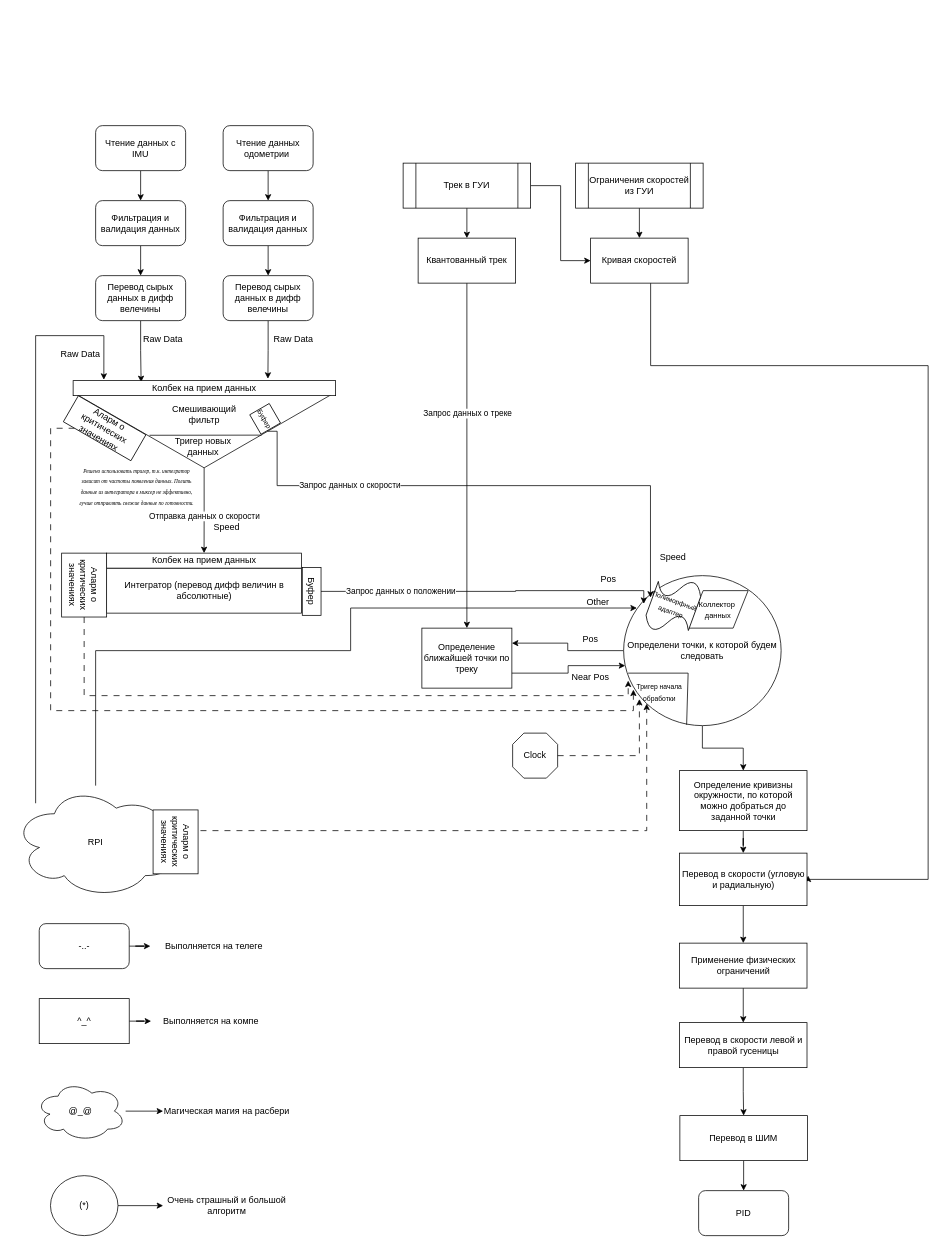
Before: docs/Autopilot.drawio in SmirnovAleksandrS/Telega_controller, a draw.io diagram. Source tidied: cells renumbered, new cells numbered last; positions are measured from the earlier drawing's top-left corner, leaving out a move shared by most shapes. Both pictures are drawn from the tidied source at 75%, with x=0, y=0 at pixel (13, 125).
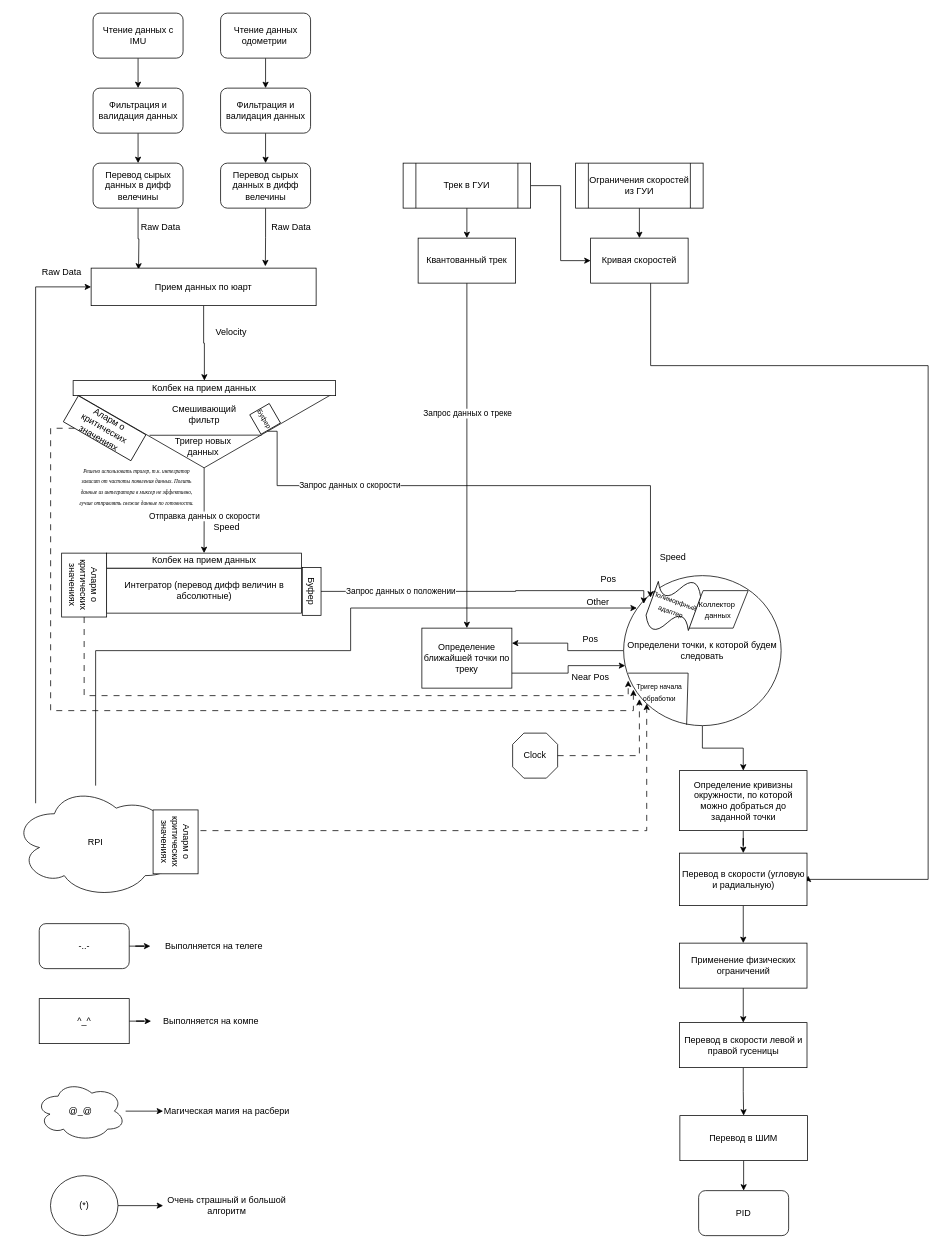
After the change.

Unchanged cells that the change refers to:
```xml
<mxCell id="32" value="&lt;div&gt;RPI&lt;/div&gt;" style="ellipse;shape=cloud;whiteSpace=wrap;html=1;" parent="1" vertex="1">
  <mxGeometry y="880" width="220" height="150" as="geometry" />
</mxCell>
<mxCell id="72" value="Колбек на прием данных" style="rounded=0;whiteSpace=wrap;html=1;" parent="1" vertex="1">
  <mxGeometry x="80" y="340" width="350" height="20" as="geometry" />
</mxCell>
```

Diff of the diagram source:
```diff
@@
     <mxCell id="3" value="&lt;div&gt;Чтение данных с IMU&lt;/div&gt;" style="rounded=1;whiteSpace=wrap;html=1;" parent="1" vertex="1">
-      <mxGeometry x="110" width="120" height="60" as="geometry" />
+      <mxGeometry x="106.6" y="-150" width="120" height="60" as="geometry" />
     </mxCell>
@@
     <mxCell id="5" value="Чтение данных одометрии&amp;nbsp;" style="rounded=1;whiteSpace=wrap;html=1;" parent="1" vertex="1">
-      <mxGeometry x="280" width="120" height="60" as="geometry" />
+      <mxGeometry x="276.6" y="-150" width="120" height="60" as="geometry" />
     </mxCell>
@@
     <mxCell id="7" value="Фильтрация и валидация данных" style="rounded=1;whiteSpace=wrap;html=1;" parent="1" vertex="1">
-      <mxGeometry x="110" y="100" width="120" height="60" as="geometry" />
+      <mxGeometry x="106.6" y="-50" width="120" height="60" as="geometry" />
     </mxCell>
@@
     <mxCell id="9" value="Фильтрация и валидация данных" style="rounded=1;whiteSpace=wrap;html=1;" parent="1" vertex="1">
-      <mxGeometry x="280" y="100" width="120" height="60" as="geometry" />
+      <mxGeometry x="276.6" y="-50" width="120" height="60" as="geometry" />
     </mxCell>
-    <mxCell id="10" style="edgeStyle=orthogonalEdgeStyle;rounded=0;jettySize=auto;html=1;entryX=0.259;entryY=0.1;entryDx=0;entryDy=0;entryPerimeter=0;" parent="1" edge="1" source="11" target="72">
-      <mxGeometry relative="1" as="geometry" />
+    <mxCell id="10" style="edgeStyle=orthogonalEdgeStyle;rounded=0;jettySize=auto;html=1;entryX=0.259;entryY=0.1;entryDx=0;entryDy=0;entryPerimeter=0;" parent="1" edge="1" source="11">
+      <mxGeometry relative="1" as="geometry">
+        <mxPoint x="167.2" y="192" as="targetPoint" />
+      </mxGeometry>
     </mxCell>
     <mxCell id="11" value="Перевод сырых данных в дифф велечины" style="rounded=1;whiteSpace=wrap;html=1;" parent="1" vertex="1">
-      <mxGeometry x="110" y="200" width="120" height="60" as="geometry" />
+      <mxGeometry x="106.6" y="50" width="120" height="60" as="geometry" />
     </mxCell>
-    <mxCell id="12" style="edgeStyle=orthogonalEdgeStyle;rounded=0;jettySize=auto;html=1;entryX=0.742;entryY=-0.127;entryDx=0;entryDy=0;entryPerimeter=0;" parent="1" edge="1" source="13" target="72">
-      <mxGeometry relative="1" as="geometry" />
+    <mxCell id="12" style="edgeStyle=orthogonalEdgeStyle;rounded=0;jettySize=auto;html=1;entryX=0.742;entryY=-0.127;entryDx=0;entryDy=0;entryPerimeter=0;" parent="1" edge="1" source="13">
+      <mxGeometry relative="1" as="geometry">
+        <mxPoint x="336.3" y="187.5" as="targetPoint" />
+      </mxGeometry>
     </mxCell>
     <mxCell id="13" value="Перевод сырых данных в дифф велечины" style="rounded=1;whiteSpace=wrap;html=1;" parent="1" vertex="1">
-      <mxGeometry x="280" y="200" width="120" height="60" as="geometry" />
+      <mxGeometry x="276.6" y="50" width="120" height="60" as="geometry" />
     </mxCell>
@@
-    <mxCell id="29" style="edgeStyle=orthogonalEdgeStyle;rounded=0;jettySize=auto;html=1;entryX=0.117;entryY=-0.059;entryDx=0;entryDy=0;entryPerimeter=0;" parent="1" edge="1" source="32" target="72">
+    <mxCell id="29" style="edgeStyle=orthogonalEdgeStyle;rounded=0;jettySize=auto;html=1;entryX=0;entryY=0.5;entryDx=0;entryDy=0;" parent="1" edge="1" source="32" target="94">
       <mxGeometry relative="1" as="geometry">
         <Array as="points">
-          <mxPoint x="30" y="280" />
-          <mxPoint x="121" y="280" />
+          <mxPoint x="30" y="215" />
         </Array>
       </mxGeometry>
     </mxCell>
@@
     <mxCell id="66" value="Raw Data" style="text;html=1;whiteSpace=wrap;strokeColor=none;fillColor=none;align=center;verticalAlign=middle;rounded=0;" parent="1" vertex="1">
-      <mxGeometry x="344" y="270" width="60" height="30" as="geometry" />
+      <mxGeometry x="340.6" y="120" width="60" height="30" as="geometry" />
     </mxCell>
     <mxCell id="67" value="Raw Data" style="text;html=1;whiteSpace=wrap;strokeColor=none;fillColor=none;align=center;verticalAlign=middle;rounded=0;" parent="1" vertex="1">
-      <mxGeometry x="170" y="270" width="60" height="30" as="geometry" />
+      <mxGeometry x="166.6" y="120" width="60" height="30" as="geometry" />
     </mxCell>
     <mxCell id="68" value="Raw Data" style="text;html=1;whiteSpace=wrap;strokeColor=none;fillColor=none;align=center;verticalAlign=middle;rounded=0;" parent="1" vertex="1">
-      <mxGeometry x="60" y="290" width="60" height="30" as="geometry" />
+      <mxGeometry x="34.8" y="180" width="60" height="30" as="geometry" />
     </mxCell>
@@
+    <mxCell id="93" style="edgeStyle=orthogonalEdgeStyle;rounded=0;jettySize=auto;html=1;" parent="1" edge="1" source="94" target="72">
+      <mxGeometry relative="1" as="geometry" />
+    </mxCell>
+    <mxCell id="94" value="Прием данных по юарт" style="rounded=0;whiteSpace=wrap;html=1;" parent="1" vertex="1">
+      <mxGeometry x="104" y="190" width="300" height="50" as="geometry" />
+    </mxCell>
+    <mxCell id="95" value="&lt;div&gt;Velocity&lt;/div&gt;" style="text;html=1;whiteSpace=wrap;strokeColor=none;fillColor=none;align=center;verticalAlign=middle;rounded=0;" parent="1" vertex="1">
+      <mxGeometry x="261" y="260" width="60" height="30" as="geometry" />
+    </mxCell>
```
